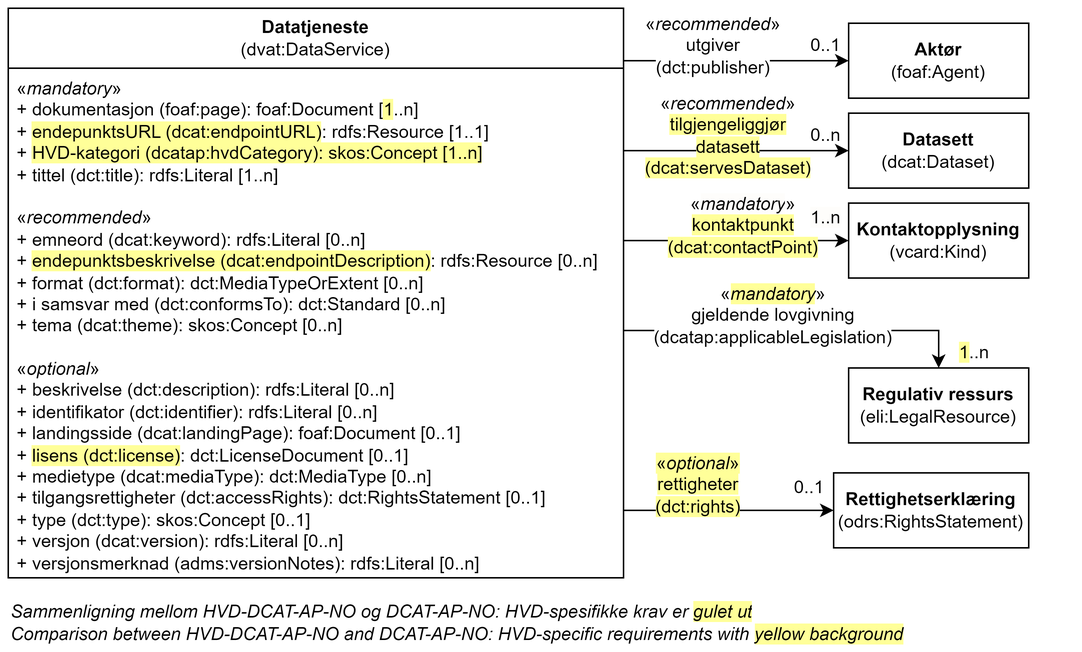
The draw.io diagram docs/images/Klassen-Datatjeneste.png in Informasjonsforvaltning/hvd-dcat-ap-no, before a commit. Source tidied: cells renumbered, new cells last; positions are measured from the earlier drawing's top-left corner, leaving out a move shared by most shapes.
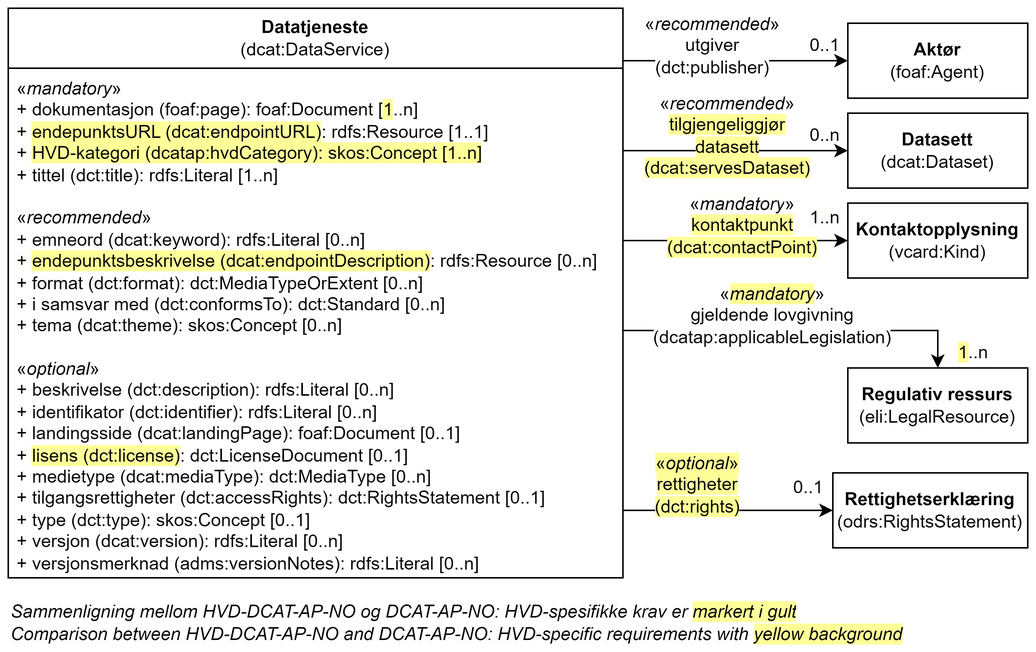
Later version of the same file.

What changed in the source:
```diff
@@ -2,7 +2,7 @@
   <root>
     <mxCell id="0" />
     <mxCell id="1" parent="0" />
-    <mxCell id="2" value="Datatjeneste&lt;br&gt;&lt;span style=&quot;font-weight: normal;&quot;&gt;(dvat:DataService)&lt;/span&gt;" style="swimlane;whiteSpace=wrap;html=1;startSize=40;" parent="1" vertex="1">
+    <mxCell id="2" value="Datatjeneste&lt;br&gt;&lt;span style=&quot;font-weight: normal;&quot;&gt;(dcat:DataService)&lt;/span&gt;" style="swimlane;whiteSpace=wrap;html=1;startSize=40;" parent="1" vertex="1">
       <mxGeometry width="410" height="380" as="geometry" />
     </mxCell>
     <mxCell id="3" value="«&lt;i style=&quot;&quot;&gt;mandatory&lt;/i&gt;»&lt;br&gt;&lt;div&gt;+&amp;nbsp;&lt;span style=&quot;border-color: var(--border-color);&quot;&gt;dokumentasjon (foaf:page): foaf:Document [&lt;span style=&quot;background-color: rgb(255, 255, 153);&quot;&gt;1&lt;/span&gt;..n]&lt;/span&gt;&lt;br&gt;&lt;/div&gt;&lt;div&gt;+ &lt;span style=&quot;background-color: rgb(255, 255, 153);&quot;&gt;endepunktsURL (dcat:endpointURL)&lt;/span&gt;: rdfs:Resource [1..1]&lt;/div&gt;&lt;div&gt;+&amp;nbsp;&lt;span style=&quot;background-color: rgb(255, 255, 153);&quot;&gt;HVD-kategori (dcatap:hvdCategory): skos:Concept [1..n]&lt;/span&gt;&lt;br&gt;&lt;/div&gt;&lt;div&gt;&lt;span style=&quot;background-color: initial;&quot;&gt;+ tittel (dct:title): rdfs:Literal [1..n]&lt;/span&gt;&lt;br&gt;&lt;/div&gt;&lt;div&gt;&lt;br&gt;&lt;/div&gt;&lt;div&gt;&lt;div style=&quot;border-color: var(--border-color);&quot;&gt;«&lt;i style=&quot;border-color: var(--border-color);&quot;&gt;recommended&lt;/i&gt;»&lt;/div&gt;&lt;div style=&quot;border-color: var(--border-color);&quot;&gt;&lt;span style=&quot;background-color: initial;&quot;&gt;+ emneord (dcat:keyword): rdfs:Literal [0..n]&lt;/span&gt;&lt;br&gt;&lt;/div&gt;&lt;div style=&quot;border-color: var(--border-color);&quot;&gt;+ &lt;span style=&quot;background-color: rgb(255, 255, 153);&quot;&gt;endepunktsbeskrivelse (dcat:endpointDescription)&lt;/span&gt;: rdfs:Resource [0..n]&lt;/div&gt;&lt;div style=&quot;border-color: var(--border-color);&quot;&gt;+ format (dct:format): dct:MediaTypeOrExtent [0..n]&lt;/div&gt;&lt;div style=&quot;border-color: var(--border-color);&quot;&gt;&lt;span style=&quot;background-color: initial;&quot;&gt;+ i samsvar med (dct:conformsTo): dct:Standard [0..n]&lt;/span&gt;&lt;br&gt;&lt;/div&gt;&lt;/div&gt;&lt;div style=&quot;border-color: var(--border-color);&quot;&gt;+ tema (dcat:theme): skos:Concept [0..n]&lt;br&gt;&lt;/div&gt;&lt;div style=&quot;border-color: var(--border-color);&quot;&gt;&lt;br&gt;&lt;/div&gt;&lt;div style=&quot;border-color: var(--border-color);&quot;&gt;&lt;div style=&quot;border-color: var(--border-color);&quot;&gt;«&lt;i style=&quot;border-color: var(--border-color);&quot;&gt;optional&lt;/i&gt;»&lt;/div&gt;&lt;div style=&quot;border-color: var(--border-color);&quot;&gt;+ beskrivelse (dct:description): rdfs:Literal [0..n]&lt;/div&gt;&lt;div&gt;+ identifikator (dct:identifier): rdfs:Literal [0..n]&lt;/div&gt;&lt;div style=&quot;border-color: var(--border-color);&quot;&gt;&lt;span style=&quot;background-color: initial;&quot;&gt;+ landingsside (dcat:landingPage): foaf:Document [0..1]&lt;/span&gt;&lt;br&gt;&lt;/div&gt;&lt;div style=&quot;border-color: var(--border-color);&quot;&gt;+ &lt;span style=&quot;background-color: rgb(255, 255, 153);&quot;&gt;lisens (dct:license)&lt;/span&gt;: dct:LicenseDocument [0..1]&lt;/div&gt;&lt;div style=&quot;border-color: var(--border-color);&quot;&gt;&lt;span style=&quot;border-color: var(--border-color);&quot;&gt;+&lt;span style=&quot;border-color: var(--border-color);&quot;&gt;&amp;nbsp;medietype (dcat:mediaType): dct:MediaType [0..n]&lt;/span&gt;&lt;/span&gt;&lt;/div&gt;&lt;div style=&quot;border-color: var(--border-color);&quot;&gt;+ tilgangsrettigheter (dct:accessRights): dct:RightsStatement [0..1]&lt;/div&gt;&lt;div style=&quot;border-color: var(--border-color);&quot;&gt;&lt;span style=&quot;border-color: var(--border-color);&quot;&gt;+&amp;nbsp;&lt;span style=&quot;border-color: var(--border-color);&quot;&gt;type (dct:type): skos:Concept [0..1]&lt;/span&gt;&lt;/span&gt;&lt;/div&gt;&lt;div style=&quot;border-color: var(--border-color);&quot;&gt;+ versjon (dcat:version): rdfs:Literal [0..n]&lt;br style=&quot;border-color: var(--border-color);&quot;&gt;+ versjonsmerknad (adms:versionNotes): rdfs:Literal [0..n]&lt;br&gt;&lt;/div&gt;&lt;/div&gt;" style="text;strokeColor=none;fillColor=none;align=left;verticalAlign=top;spacingLeft=4;spacingRight=4;overflow=hidden;whiteSpace=wrap;html=1;fontStyle=0;" parent="2" vertex="1">
@@ -67,9 +67,6 @@
     <mxCell id="19" value="«&lt;i style=&quot;background-color: rgb(255, 255, 153);&quot;&gt;mandatory&lt;/i&gt;»&lt;br&gt;&lt;span style=&quot;background-color: rgb(255, 255, 255);&quot;&gt;gjeldende lovgivning&lt;br&gt;(dcatap:applicableLegislation)&lt;/span&gt;" style="text;html=1;align=center;verticalAlign=middle;whiteSpace=wrap;rounded=0;" parent="1" vertex="1">
       <mxGeometry x="480" y="190" width="60" height="30" as="geometry" />
     </mxCell>
-    <mxCell id="20" value="Sammenligning mellom HVD-DCAT-AP-NO og DCAT-AP-NO: HVD-spesifikke krav er&amp;nbsp;&lt;span style=&quot;background-color: rgb(255, 255, 153);&quot;&gt;gulet ut&lt;/span&gt;&lt;span style=&quot;background-color: rgb(255 , 255 , 255)&quot;&gt;&amp;nbsp;&lt;/span&gt;&lt;div&gt;&lt;span style=&quot;background-color: rgb(255 , 255 , 255)&quot;&gt;Comparison between HVD-DCAT-AP-NO and DCAT-AP-NO: HVD-specific requirements with &lt;/span&gt;&lt;span style=&quot;background-color: rgb(255, 255, 153);&quot;&gt;yellow background&lt;/span&gt;&lt;/div&gt;" style="text;html=1;strokeColor=none;fillColor=none;align=left;verticalAlign=middle;whiteSpace=wrap;rounded=0;fontStyle=2;" parent="1" vertex="1">
-      <mxGeometry y="400" width="710" height="20" as="geometry" />
-    </mxCell>
     <mxCell id="21" value="&lt;b&gt;Rettighetserklæring&lt;/b&gt;&lt;br&gt;(odrs:RightsStatement)" style="html=1;whiteSpace=wrap;" parent="1" vertex="1">
       <mxGeometry x="550" y="310" width="130" height="50" as="geometry" />
     </mxCell>
@@ -84,5 +81,8 @@
     <mxCell id="24" value="0..1" style="text;html=1;strokeColor=none;fillColor=none;align=center;verticalAlign=middle;whiteSpace=wrap;rounded=0;" parent="1" vertex="1">
       <mxGeometry x="520" y="310" width="28" height="20" as="geometry" />
     </mxCell>
+    <mxCell id="25" value="Sammenligning mellom HVD-DCAT-AP-NO og DCAT-AP-NO: HVD-spesifikke krav er&amp;nbsp;&lt;span style=&quot;background-color: rgb(255, 255, 153);&quot;&gt;markert i gult&lt;/span&gt;&lt;span style=&quot;background-color: rgb(255 , 255 , 255)&quot;&gt;&amp;nbsp;&lt;/span&gt;&lt;div&gt;&lt;span style=&quot;background-color: rgb(255 , 255 , 255)&quot;&gt;Comparison between HVD-DCAT-AP-NO and DCAT-AP-NO: HVD-specific requirements with &lt;/span&gt;&lt;span style=&quot;background-color: rgb(255, 255, 153);&quot;&gt;yellow background&lt;/span&gt;&lt;/div&gt;" style="text;html=1;strokeColor=none;fillColor=none;align=left;verticalAlign=middle;whiteSpace=wrap;rounded=0;fontStyle=2;" parent="1" vertex="1">
+      <mxGeometry y="400" width="670" height="20" as="geometry" />
+    </mxCell>
   </root>
 </mxGraphModel>
```
